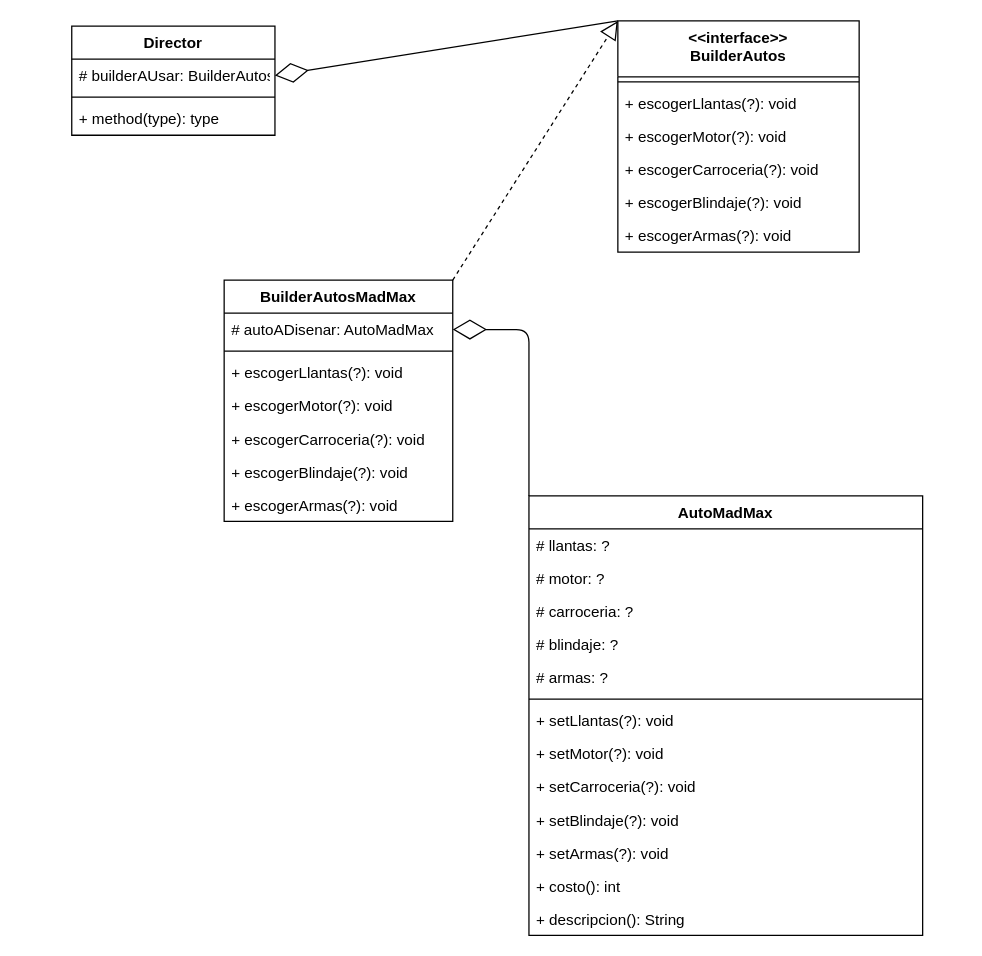
Above: page "Page-2" (2 of 2) of Practica3.drawio in Rogarpa/Practica-3-Modelado-y-Programacion (draw.io), before the change. Source tidied: cells renumbered, new cells numbered last; positions are measured from the earlier drawing's top-left corner, leaving out a move shared by most shapes. Both pictures are drawn from the tidied source at 127%, with x=0, y=0 at pixel (71, 20).
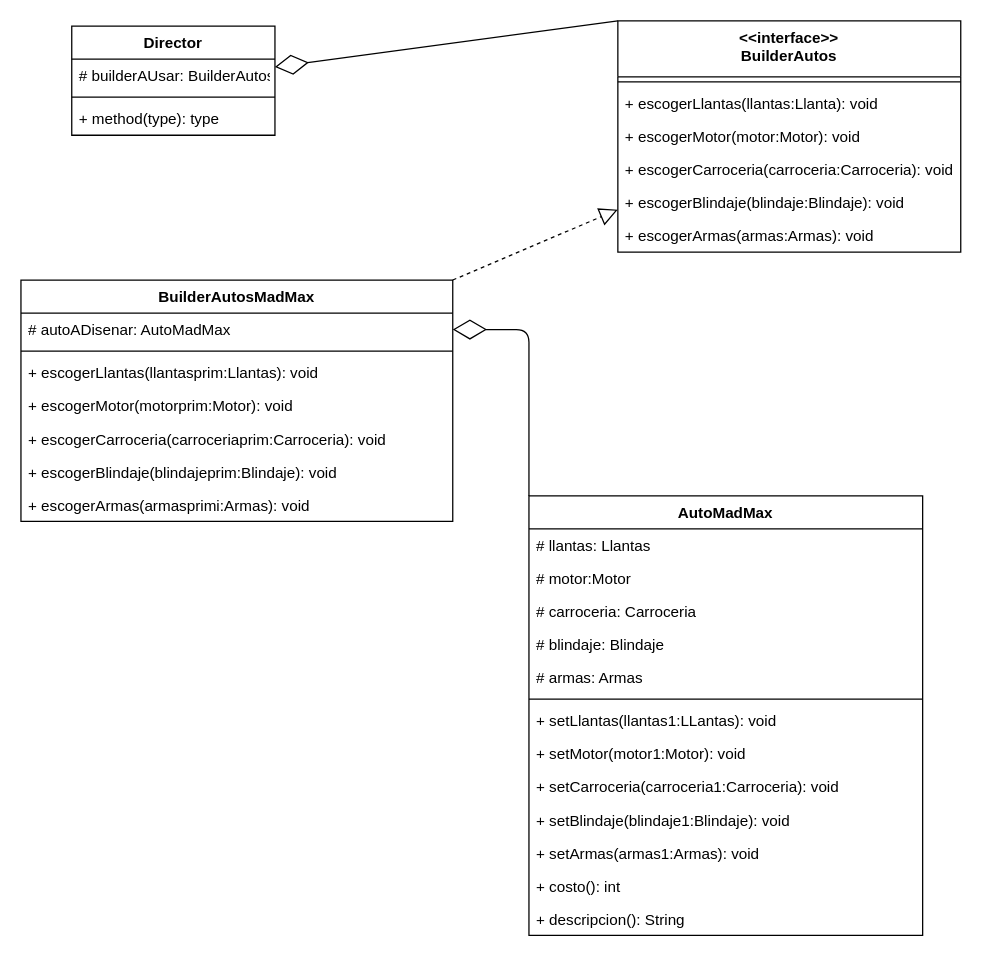
Above is the later version.

The change refers to these unchanged cells:
```xml
<mxCell id="9" value="AutoMadMax" style="swimlane;fontStyle=1;align=center;verticalAlign=top;horizontal=1;startSize=26;" parent="1" vertex="1">
  <mxGeometry x="360" y="374" width="310" height="346" as="geometry" />
</mxCell>
<mxCell id="31" value="Director" style="swimlane;fontStyle=1;align=center;verticalAlign=top;horizontal=1;startSize=26;" parent="1" vertex="1">
  <mxGeometry y="4" width="160" height="86" as="geometry" />
</mxCell>
<mxCell id="32" value="# builderAUsar: BuilderAutos" style="text;strokeColor=none;fillColor=none;align=left;verticalAlign=top;spacingLeft=4;spacingRight=4;overflow=hidden;points=[[0,0.5],[1,0.5]];portConstraint=eastwest;" parent="31" vertex="1">
  <mxGeometry y="26" width="160" height="26" as="geometry" />
</mxCell>
```

What changed in the source:
```diff
@@
     <mxCell id="2" value="&lt;&lt;interface&gt;&gt;&#10;BuilderAutos" style="swimlane;fontStyle=1;align=center;verticalAlign=top;horizontal=1;startSize=44;" parent="1" vertex="1">
-      <mxGeometry x="430" width="190" height="182" as="geometry" />
+      <mxGeometry x="430" width="270" height="182" as="geometry" />
     </mxCell>
     <mxCell id="3" style="line;strokeWidth=1;fillColor=none;align=left;verticalAlign=middle;spacingTop=-1;spacingLeft=3;spacingRight=3;labelPosition=right;" parent="2" vertex="1">
-      <mxGeometry y="44" width="190" height="8" as="geometry" />
+      <mxGeometry y="44" width="270" height="8" as="geometry" />
     </mxCell>
-    <mxCell id="4" value="+ escogerLlantas(?): void" style="text;strokeColor=none;fillColor=none;align=left;verticalAlign=top;spacingLeft=4;spacingRight=4;overflow=hidden;" parent="2" vertex="1">
-      <mxGeometry y="52" width="190" height="26" as="geometry" />
+    <mxCell id="4" value="+ escogerLlantas(llantas:Llanta): void" style="text;strokeColor=none;fillColor=none;align=left;verticalAlign=top;spacingLeft=4;spacingRight=4;overflow=hidden;" parent="2" vertex="1">
+      <mxGeometry y="52" width="270" height="26" as="geometry" />
     </mxCell>
-    <mxCell id="5" value="+ escogerMotor(?): void" style="text;strokeColor=none;fillColor=none;align=left;verticalAlign=top;spacingLeft=4;spacingRight=4;overflow=hidden;" parent="2" vertex="1">
-      <mxGeometry y="78" width="190" height="26" as="geometry" />
+    <mxCell id="5" value="+ escogerMotor(motor:Motor): void" style="text;strokeColor=none;fillColor=none;align=left;verticalAlign=top;spacingLeft=4;spacingRight=4;overflow=hidden;" parent="2" vertex="1">
+      <mxGeometry y="78" width="270" height="26" as="geometry" />
     </mxCell>
-    <mxCell id="6" value="+ escogerCarroceria(?): void" style="text;strokeColor=none;fillColor=none;align=left;verticalAlign=top;spacingLeft=4;spacingRight=4;overflow=hidden;" parent="2" vertex="1">
-      <mxGeometry y="104" width="190" height="26" as="geometry" />
+    <mxCell id="6" value="+ escogerCarroceria(carroceria:Carroceria): void" style="text;strokeColor=none;fillColor=none;align=left;verticalAlign=top;spacingLeft=4;spacingRight=4;overflow=hidden;" parent="2" vertex="1">
+      <mxGeometry y="104" width="270" height="26" as="geometry" />
     </mxCell>
-    <mxCell id="7" value="+ escogerBlindaje(?): void" style="text;strokeColor=none;fillColor=none;align=left;verticalAlign=top;spacingLeft=4;spacingRight=4;overflow=hidden;" parent="2" vertex="1">
-      <mxGeometry y="130" width="190" height="26" as="geometry" />
+    <mxCell id="7" value="+ escogerBlindaje(blindaje:Blindaje): void" style="text;strokeColor=none;fillColor=none;align=left;verticalAlign=top;spacingLeft=4;spacingRight=4;overflow=hidden;" parent="2" vertex="1">
+      <mxGeometry y="130" width="270" height="26" as="geometry" />
     </mxCell>
-    <mxCell id="8" value="+ escogerArmas(?): void" style="text;strokeColor=none;fillColor=none;align=left;verticalAlign=top;spacingLeft=4;spacingRight=4;overflow=hidden;" parent="2" vertex="1">
-      <mxGeometry y="156" width="190" height="26" as="geometry" />
+    <mxCell id="8" value="+ escogerArmas(armas:Armas): void" style="text;strokeColor=none;fillColor=none;align=left;verticalAlign=top;spacingLeft=4;spacingRight=4;overflow=hidden;" parent="2" vertex="1">
+      <mxGeometry y="156" width="270" height="26" as="geometry" />
     </mxCell>
@@
-    <mxCell id="10" value="# llantas: ?" style="text;strokeColor=none;fillColor=none;align=left;verticalAlign=top;spacingLeft=4;spacingRight=4;overflow=hidden;" parent="9" vertex="1">
+    <mxCell id="10" value="# llantas: Llantas" style="text;strokeColor=none;fillColor=none;align=left;verticalAlign=top;spacingLeft=4;spacingRight=4;overflow=hidden;" parent="9" vertex="1">
       <mxGeometry y="26" width="310" height="26" as="geometry" />
     </mxCell>
-    <mxCell id="11" value="# motor: ?" style="text;strokeColor=none;fillColor=none;align=left;verticalAlign=top;spacingLeft=4;spacingRight=4;overflow=hidden;" parent="9" vertex="1">
+    <mxCell id="11" value="# motor:Motor" style="text;strokeColor=none;fillColor=none;align=left;verticalAlign=top;spacingLeft=4;spacingRight=4;overflow=hidden;" parent="9" vertex="1">
       <mxGeometry y="52" width="310" height="26" as="geometry" />
     </mxCell>
-    <mxCell id="12" value="# carroceria: ?" style="text;strokeColor=none;fillColor=none;align=left;verticalAlign=top;spacingLeft=4;spacingRight=4;overflow=hidden;" parent="9" vertex="1">
+    <mxCell id="12" value="# carroceria: Carroceria" style="text;strokeColor=none;fillColor=none;align=left;verticalAlign=top;spacingLeft=4;spacingRight=4;overflow=hidden;" parent="9" vertex="1">
       <mxGeometry y="78" width="310" height="26" as="geometry" />
     </mxCell>
-    <mxCell id="13" value="# blindaje: ?" style="text;strokeColor=none;fillColor=none;align=left;verticalAlign=top;spacingLeft=4;spacingRight=4;overflow=hidden;" parent="9" vertex="1">
+    <mxCell id="13" value="# blindaje: Blindaje" style="text;strokeColor=none;fillColor=none;align=left;verticalAlign=top;spacingLeft=4;spacingRight=4;overflow=hidden;" parent="9" vertex="1">
       <mxGeometry y="104" width="310" height="26" as="geometry" />
     </mxCell>
-    <mxCell id="14" value="# armas: ?" style="text;strokeColor=none;fillColor=none;align=left;verticalAlign=top;spacingLeft=4;spacingRight=4;overflow=hidden;" parent="9" vertex="1">
+    <mxCell id="14" value="# armas: Armas" style="text;strokeColor=none;fillColor=none;align=left;verticalAlign=top;spacingLeft=4;spacingRight=4;overflow=hidden;" parent="9" vertex="1">
       <mxGeometry y="130" width="310" height="26" as="geometry" />
     </mxCell>
@@
-    <mxCell id="16" value="+ setLlantas(?): void" style="text;strokeColor=none;fillColor=none;align=left;verticalAlign=top;spacingLeft=4;spacingRight=4;overflow=hidden;" parent="9" vertex="1">
+    <mxCell id="16" value="+ setLlantas(llantas1:LLantas): void" style="text;strokeColor=none;fillColor=none;align=left;verticalAlign=top;spacingLeft=4;spacingRight=4;overflow=hidden;" parent="9" vertex="1">
       <mxGeometry y="164" width="310" height="26" as="geometry" />
     </mxCell>
-    <mxCell id="17" value="+ setMotor(?): void" style="text;strokeColor=none;fillColor=none;align=left;verticalAlign=top;spacingLeft=4;spacingRight=4;overflow=hidden;" parent="9" vertex="1">
+    <mxCell id="17" value="+ setMotor(motor1:Motor): void" style="text;strokeColor=none;fillColor=none;align=left;verticalAlign=top;spacingLeft=4;spacingRight=4;overflow=hidden;" parent="9" vertex="1">
       <mxGeometry y="190" width="310" height="26" as="geometry" />
     </mxCell>
-    <mxCell id="18" value="+ setCarroceria(?): void" style="text;strokeColor=none;fillColor=none;align=left;verticalAlign=top;spacingLeft=4;spacingRight=4;overflow=hidden;" parent="9" vertex="1">
+    <mxCell id="18" value="+ setCarroceria(carroceria1:Carroceria): void" style="text;strokeColor=none;fillColor=none;align=left;verticalAlign=top;spacingLeft=4;spacingRight=4;overflow=hidden;" parent="9" vertex="1">
       <mxGeometry y="216" width="310" height="26" as="geometry" />
     </mxCell>
-    <mxCell id="19" value="+ setBlindaje(?): void" style="text;strokeColor=none;fillColor=none;align=left;verticalAlign=top;spacingLeft=4;spacingRight=4;overflow=hidden;" parent="9" vertex="1">
+    <mxCell id="19" value="+ setBlindaje(blindaje1:Blindaje): void" style="text;strokeColor=none;fillColor=none;align=left;verticalAlign=top;spacingLeft=4;spacingRight=4;overflow=hidden;" parent="9" vertex="1">
       <mxGeometry y="242" width="310" height="26" as="geometry" />
     </mxCell>
-    <mxCell id="20" value="+ setArmas(?): void" style="text;strokeColor=none;fillColor=none;align=left;verticalAlign=top;spacingLeft=4;spacingRight=4;overflow=hidden;" parent="9" vertex="1">
+    <mxCell id="20" value="+ setArmas(armas1:Armas): void" style="text;strokeColor=none;fillColor=none;align=left;verticalAlign=top;spacingLeft=4;spacingRight=4;overflow=hidden;" parent="9" vertex="1">
       <mxGeometry y="268" width="310" height="26" as="geometry" />
     </mxCell>
@@
     <mxCell id="23" value="BuilderAutosMadMax" style="swimlane;fontStyle=1;align=center;verticalAlign=top;horizontal=1;startSize=26;" parent="1" vertex="1">
-      <mxGeometry x="120" y="204" width="180" height="190" as="geometry" />
+      <mxGeometry x="-40" y="204" width="340" height="190" as="geometry" />
     </mxCell>
     <mxCell id="24" value="# autoADisenar: AutoMadMax" style="text;strokeColor=none;fillColor=none;align=left;verticalAlign=top;spacingLeft=4;spacingRight=4;overflow=hidden;points=[[0,0.5],[1,0.5]];portConstraint=eastwest;" parent="23" vertex="1">
-      <mxGeometry y="26" width="180" height="26" as="geometry" />
+      <mxGeometry y="26" width="340" height="26" as="geometry" />
     </mxCell>
     <mxCell id="25" style="line;strokeWidth=1;fillColor=none;align=left;verticalAlign=middle;spacingTop=-1;spacingLeft=3;spacingRight=3;labelPosition=right;" parent="23" vertex="1">
-      <mxGeometry y="52" width="180" height="8" as="geometry" />
+      <mxGeometry y="52" width="340" height="8" as="geometry" />
     </mxCell>
-    <mxCell id="26" value="+ escogerLlantas(?): void" style="text;strokeColor=none;fillColor=none;align=left;verticalAlign=top;spacingLeft=4;spacingRight=4;overflow=hidden;" parent="23" vertex="1">
-      <mxGeometry y="60" width="180" height="26" as="geometry" />
+    <mxCell id="26" value="+ escogerLlantas(llantasprim:Llantas): void" style="text;strokeColor=none;fillColor=none;align=left;verticalAlign=top;spacingLeft=4;spacingRight=4;overflow=hidden;" parent="23" vertex="1">
+      <mxGeometry y="60" width="340" height="26" as="geometry" />
     </mxCell>
-    <mxCell id="27" value="+ escogerMotor(?): void" style="text;strokeColor=none;fillColor=none;align=left;verticalAlign=top;spacingLeft=4;spacingRight=4;overflow=hidden;" parent="23" vertex="1">
-      <mxGeometry y="86" width="180" height="26" as="geometry" />
+    <mxCell id="27" value="+ escogerMotor(motorprim:Motor): void" style="text;strokeColor=none;fillColor=none;align=left;verticalAlign=top;spacingLeft=4;spacingRight=4;overflow=hidden;" parent="23" vertex="1">
+      <mxGeometry y="86" width="340" height="26" as="geometry" />
     </mxCell>
-    <mxCell id="28" value="+ escogerCarroceria(?): void" style="text;strokeColor=none;fillColor=none;align=left;verticalAlign=top;spacingLeft=4;spacingRight=4;overflow=hidden;" parent="23" vertex="1">
-      <mxGeometry y="112" width="180" height="26" as="geometry" />
+    <mxCell id="28" value="+ escogerCarroceria(carroceriaprim:Carroceria): void" style="text;strokeColor=none;fillColor=none;align=left;verticalAlign=top;spacingLeft=4;spacingRight=4;overflow=hidden;" parent="23" vertex="1">
+      <mxGeometry y="112" width="340" height="26" as="geometry" />
     </mxCell>
-    <mxCell id="29" value="+ escogerBlindaje(?): void" style="text;strokeColor=none;fillColor=none;align=left;verticalAlign=top;spacingLeft=4;spacingRight=4;overflow=hidden;" parent="23" vertex="1">
-      <mxGeometry y="138" width="180" height="26" as="geometry" />
+    <mxCell id="29" value="+ escogerBlindaje(blindajeprim:Blindaje): void" style="text;strokeColor=none;fillColor=none;align=left;verticalAlign=top;spacingLeft=4;spacingRight=4;overflow=hidden;" parent="23" vertex="1">
+      <mxGeometry y="138" width="340" height="26" as="geometry" />
     </mxCell>
-    <mxCell id="30" value="+ escogerArmas(?): void" style="text;strokeColor=none;fillColor=none;align=left;verticalAlign=top;spacingLeft=4;spacingRight=4;overflow=hidden;" parent="23" vertex="1">
-      <mxGeometry y="164" width="180" height="26" as="geometry" />
+    <mxCell id="30" value="+ escogerArmas(armasprimi:Armas): void" style="text;strokeColor=none;fillColor=none;align=left;verticalAlign=top;spacingLeft=4;spacingRight=4;overflow=hidden;" parent="23" vertex="1">
+      <mxGeometry y="164" width="340" height="26" as="geometry" />
     </mxCell>
@@
-    <mxCell id="36" style="endArrow=block;dashed=1;endFill=0;endSize=12;html=1;exitX=1;exitY=0;exitDx=0;exitDy=0;entryX=0;entryY=0;entryDx=0;entryDy=0;" parent="1" edge="1" source="23" target="2">
+    <mxCell id="36" style="endArrow=block;dashed=1;endFill=0;endSize=12;html=1;exitX=1;exitY=0;exitDx=0;exitDy=0;" parent="1" edge="1" source="23" target="2">
       <mxGeometry relative="1" as="geometry" />
     </mxCell>
-    <mxCell id="37" style="endArrow=diamondThin;endFill=0;endSize=24;html=1;entryX=1;entryY=0.5;entryDx=0;entryDy=0;exitX=0;exitY=0;exitDx=0;exitDy=0;" parent="1" edge="1" source="2" target="32">
+    <mxCell id="37" style="endArrow=diamondThin;endFill=0;endSize=24;html=1;exitX=0;exitY=0;exitDx=0;exitDy=0;" parent="1" edge="1" source="2" target="31">
       <mxGeometry relative="1" as="geometry" />
     </mxCell>
```
